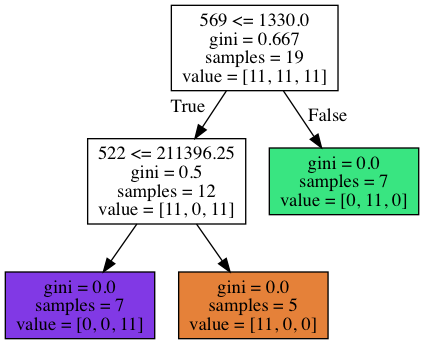
Earlier version of the Graphviz export analysis/ec2/1_outputs/rf_trees/tree_10.png (swkang73/ecig). Its source is kept beside it as analysis/ec2/1_outputs/rf_trees/tree_10.dot.
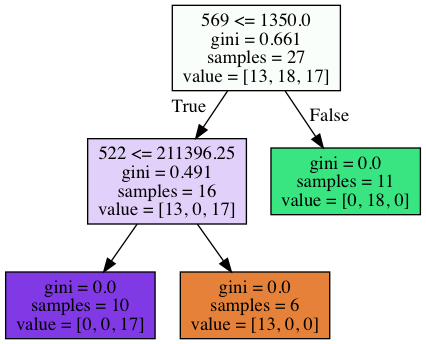
After the commit.

What changed in the source:
```diff
@@ -1,12 +1,12 @@
 digraph Tree {
 node [shape=box, style="filled", color="black"] ;
-0 [label="569 <= 1330.0\ngini = 0.667\nsamples = 19\nvalue = [11, 11, 11]", fillcolor="#e5813900"] ;
-1 [label="522 <= 211396.25\ngini = 0.5\nsamples = 12\nvalue = [11, 0, 11]", fillcolor="#e5813900"] ;
+0 [label="569 <= 1350.0\ngini = 0.661\nsamples = 27\nvalue = [13, 18, 17]", fillcolor="#39e58108"] ;
+1 [label="522 <= 211396.25\ngini = 0.491\nsamples = 16\nvalue = [13, 0, 17]", fillcolor="#8139e53c"] ;
 0 -> 1 [labeldistance=2.5, labelangle=45, headlabel="True"] ;
-2 [label="gini = 0.0\nsamples = 7\nvalue = [0, 0, 11]", fillcolor="#8139e5ff"] ;
+2 [label="gini = 0.0\nsamples = 10\nvalue = [0, 0, 17]", fillcolor="#8139e5ff"] ;
 1 -> 2 ;
-3 [label="gini = 0.0\nsamples = 5\nvalue = [11, 0, 0]", fillcolor="#e58139ff"] ;
+3 [label="gini = 0.0\nsamples = 6\nvalue = [13, 0, 0]", fillcolor="#e58139ff"] ;
 1 -> 3 ;
-4 [label="gini = 0.0\nsamples = 7\nvalue = [0, 11, 0]", fillcolor="#39e581ff"] ;
+4 [label="gini = 0.0\nsamples = 11\nvalue = [0, 18, 0]", fillcolor="#39e581ff"] ;
 0 -> 4 [labeldistance=2.5, labelangle=-45, headlabel="False"] ;
 }
```
